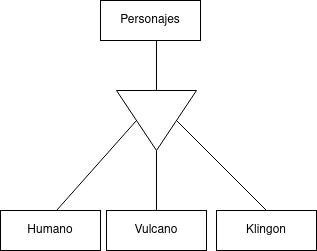
Above: unidad-1/Tarea/Tarea evaluable-3/Tarea evaluable-3.drawio.png in MaykelCM/base-datos (draw.io), before the change. Source tidied: cells renumbered, new cells last; positions are measured from the earlier drawing's top-left corner, leaving out a move shared by most shapes.
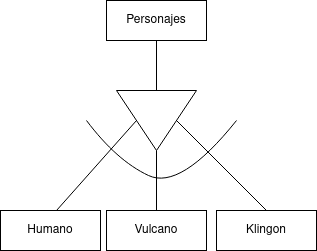
Above is the later version.

Change to the diagram source:
```diff
@@ -3,7 +3,7 @@
     <mxCell id="0" />
     <mxCell id="1" parent="0" />
     <mxCell id="2" value="Personajes" style="whiteSpace=wrap;html=1;align=center;" parent="1" vertex="1">
-      <mxGeometry x="100" width="100" height="40" as="geometry" />
+      <mxGeometry x="106" width="100" height="40" as="geometry" />
     </mxCell>
     <mxCell id="3" style="endArrow=none;html=1;rounded=0;" parent="1" edge="1">
       <mxGeometry relative="1" as="geometry">
@@ -40,5 +40,15 @@
     <mxCell id="10" value="Klingon" style="whiteSpace=wrap;html=1;align=center;" parent="1" vertex="1">
       <mxGeometry x="216" y="210" width="100" height="40" as="geometry" />
     </mxCell>
+    <mxCell id="11" style="curved=1;endArrow=none;html=1;rounded=0;endFill=0;" parent="1" edge="1">
+      <mxGeometry relative="1" as="geometry">
+        <mxPoint x="236" y="120" as="sourcePoint" />
+        <mxPoint x="86" y="120" as="targetPoint" />
+        <Array as="points">
+          <mxPoint x="180" y="190" />
+          <mxPoint x="116" y="160" />
+        </Array>
+      </mxGeometry>
+    </mxCell>
   </root>
 </mxGraphModel>
```
